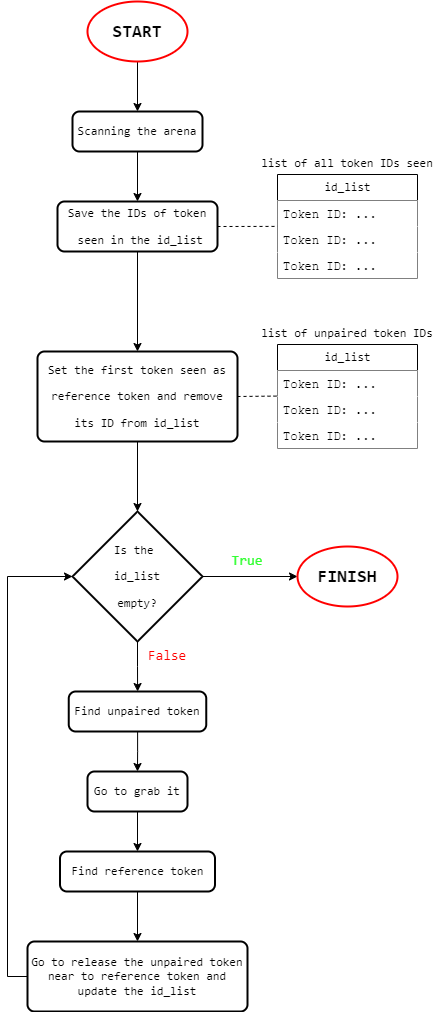
This is flowchart.png from alessandrotrovatello/RT1_assignment1, a draw.io export, as it was before one commit. Source tidied: cells renumbered, new cells last; positions are measured from the earlier drawing's top-left corner, leaving out a move shared by most shapes.
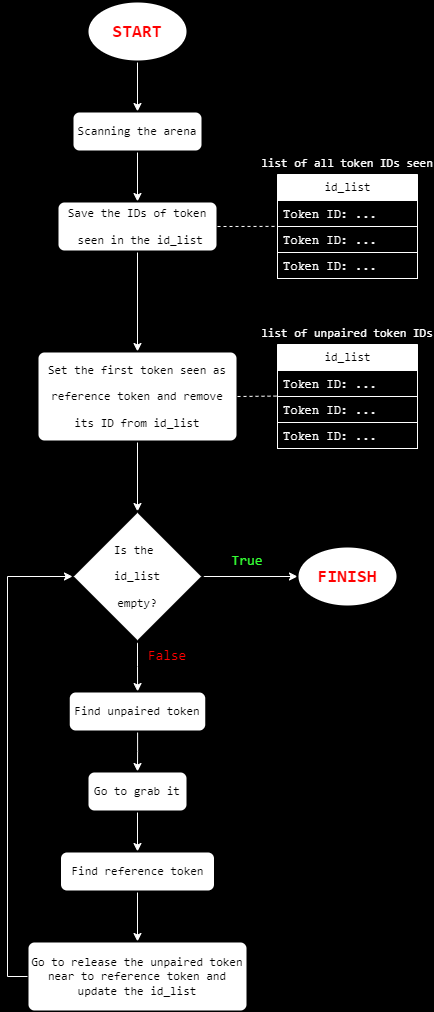
After the commit.

Change to the diagram source:
```diff
@@ -1,110 +1,110 @@
-<mxGraphModel>
+<mxGraphModel background="#000000">
   <root>
     <mxCell id="0" />
     <mxCell id="1" parent="0" />
-    <mxCell id="2" style="edgeStyle=orthogonalEdgeStyle;rounded=0;jettySize=auto;html=1;" parent="1" edge="1" source="3" target="5">
+    <mxCell id="2" style="edgeStyle=orthogonalEdgeStyle;rounded=0;jettySize=auto;html=1;labelBackgroundColor=none;fontColor=default;strokeColor=#FFFFFF;" parent="1" edge="1" source="3" target="5">
       <mxGeometry relative="1" as="geometry" />
     </mxCell>
-    <mxCell id="3" value="&lt;pre&gt;&lt;b&gt;&lt;font style=&quot;font-size: 18px;&quot;&gt;START&lt;/font&gt;&lt;/b&gt;&lt;/pre&gt;" style="strokeWidth=2;html=1;shape=mxgraph.flowchart.start_1;whiteSpace=wrap;strokeColor=#FF0000;" parent="1" vertex="1">
+    <mxCell id="3" value="&lt;pre&gt;&lt;b&gt;&lt;font color=&quot;#ff0000&quot; style=&quot;font-size: 18px;&quot;&gt;START&lt;/font&gt;&lt;/b&gt;&lt;/pre&gt;" style="strokeWidth=2;html=1;shape=mxgraph.flowchart.start_1;whiteSpace=wrap;labelBackgroundColor=none;rounded=0;" parent="1" vertex="1">
       <mxGeometry x="60" width="100" height="60" as="geometry" />
     </mxCell>
-    <mxCell id="4" style="edgeStyle=orthogonalEdgeStyle;rounded=0;jettySize=auto;html=1;" parent="1" edge="1" source="5" target="7">
+    <mxCell id="4" style="edgeStyle=orthogonalEdgeStyle;rounded=0;jettySize=auto;html=1;labelBackgroundColor=none;fontColor=default;strokeColor=#FFFFFF;" parent="1" edge="1" source="5" target="7">
       <mxGeometry relative="1" as="geometry" />
     </mxCell>
-    <mxCell id="5" value="&lt;pre&gt;Scanning the arena&lt;/pre&gt;" style="rounded=1;whiteSpace=wrap;html=1;absoluteArcSize=1;arcSize=14;strokeWidth=2;" parent="1" vertex="1">
+    <mxCell id="5" value="&lt;pre&gt;Scanning the arena&lt;/pre&gt;" style="rounded=1;whiteSpace=wrap;html=1;absoluteArcSize=1;arcSize=14;strokeWidth=2;labelBackgroundColor=none;" parent="1" vertex="1">
       <mxGeometry x="45" y="110" width="130" height="40" as="geometry" />
     </mxCell>
-    <mxCell id="6" style="edgeStyle=orthogonalEdgeStyle;rounded=0;jettySize=auto;html=1;entryX=0.5;entryY=0;entryDx=0;entryDy=0;" parent="1" edge="1" source="7" target="15">
+    <mxCell id="6" style="edgeStyle=orthogonalEdgeStyle;rounded=0;jettySize=auto;html=1;entryX=0.5;entryY=0;entryDx=0;entryDy=0;labelBackgroundColor=none;fontColor=default;strokeColor=#FFFFFF;" parent="1" edge="1" source="7" target="15">
       <mxGeometry relative="1" as="geometry" />
     </mxCell>
-    <mxCell id="7" value="&lt;pre&gt;Save the IDs of token&lt;/pre&gt;&lt;pre&gt; seen in the id_list&lt;/pre&gt;" style="rounded=1;whiteSpace=wrap;html=1;absoluteArcSize=1;arcSize=14;strokeWidth=2;" parent="1" vertex="1">
+    <mxCell id="7" value="&lt;pre&gt;Save the IDs of token&lt;/pre&gt;&lt;pre&gt; seen in the id_list&lt;/pre&gt;" style="rounded=1;whiteSpace=wrap;html=1;absoluteArcSize=1;arcSize=14;strokeWidth=2;labelBackgroundColor=none;gradientColor=none;" parent="1" vertex="1">
       <mxGeometry x="30" y="200" width="160" height="50" as="geometry" />
     </mxCell>
-    <mxCell id="8" value="&lt;pre&gt;id_list&lt;/pre&gt;" style="swimlane;fontStyle=0;horizontal=1;startSize=26;fillColor=default;html=1;" parent="1" vertex="1">
+    <mxCell id="8" value="&lt;pre&gt;&lt;font color=&quot;#000000&quot;&gt;id_list&lt;/font&gt;&lt;/pre&gt;" style="swimlane;fontStyle=0;horizontal=1;startSize=26;html=1;labelBackgroundColor=none;rounded=0;fontColor=#FFFFFF;strokeColor=#FFFFFF;" parent="1" vertex="1">
       <mxGeometry x="250" y="173" width="140" height="104" as="geometry" />
     </mxCell>
-    <mxCell id="9" value="&lt;font face=&quot;Courier New&quot;&gt;Token ID: ...&lt;/font&gt;" style="text;strokeColor=none;fillColor=default;align=left;verticalAlign=top;spacingLeft=4;spacingRight=4;overflow=hidden;whiteSpace=wrap;html=1;" parent="8" vertex="1">
+    <mxCell id="9" value="&lt;font face=&quot;Courier New&quot;&gt;Token ID: ...&lt;/font&gt;" style="text;strokeColor=#FFFFFF;align=left;verticalAlign=top;spacingLeft=4;spacingRight=4;overflow=hidden;whiteSpace=wrap;html=1;labelBackgroundColor=none;rounded=0;fontColor=#FFFFFF;labelBorderColor=none;" parent="8" vertex="1">
       <mxGeometry y="26" width="140" height="26" as="geometry" />
     </mxCell>
-    <mxCell id="10" value="&lt;font face=&quot;Courier New&quot;&gt;Token ID: ...&amp;nbsp;&lt;/font&gt;" style="text;strokeColor=none;fillColor=default;align=left;verticalAlign=top;spacingLeft=4;spacingRight=4;overflow=hidden;points=[[0,0.5],[1,0.5]];portConstraint=eastwest;whiteSpace=wrap;html=1;" parent="8" vertex="1">
+    <mxCell id="10" value="&lt;font face=&quot;Courier New&quot;&gt;Token ID: ...&lt;/font&gt;" style="text;strokeColor=#FFFFFF;align=left;verticalAlign=top;spacingLeft=4;spacingRight=4;overflow=hidden;points=[[0,0.5],[1,0.5]];portConstraint=eastwest;whiteSpace=wrap;html=1;labelBackgroundColor=none;rounded=0;fontColor=#FFFFFF;labelBorderColor=none;" parent="8" vertex="1">
       <mxGeometry y="52" width="140" height="26" as="geometry" />
     </mxCell>
-    <mxCell id="11" value="&lt;font face=&quot;Courier New&quot;&gt;Token ID: ...&lt;/font&gt;" style="text;strokeColor=none;fillColor=default;align=left;verticalAlign=top;spacingLeft=4;spacingRight=4;overflow=hidden;whiteSpace=wrap;html=1;" parent="8" vertex="1">
+    <mxCell id="11" value="&lt;font face=&quot;Courier New&quot;&gt;Token ID: ...&lt;/font&gt;" style="text;strokeColor=#FFFFFF;align=left;verticalAlign=top;spacingLeft=4;spacingRight=4;overflow=hidden;html=1;labelBackgroundColor=none;rounded=0;fontColor=#FFFFFF;labelBorderColor=none;" parent="8" vertex="1">
       <mxGeometry y="78" width="140" height="26" as="geometry" />
     </mxCell>
-    <mxCell id="12" style="endArrow=none;dashed=1;html=1;rounded=0;entryX=0.003;entryY=-0.004;entryDx=0;entryDy=0;entryPerimeter=0;exitX=1;exitY=0.5;exitDx=0;exitDy=0;" parent="1" edge="1" source="7" target="10">
+    <mxCell id="12" style="endArrow=none;dashed=1;html=1;rounded=0;entryX=0.003;entryY=-0.004;entryDx=0;entryDy=0;entryPerimeter=0;exitX=1;exitY=0.5;exitDx=0;exitDy=0;labelBackgroundColor=none;fontColor=default;strokeColor=#FFFFFF;" parent="1" edge="1" source="7" target="10">
       <mxGeometry relative="1" as="geometry" />
     </mxCell>
-    <mxCell id="13" value="&lt;pre&gt;list of all token IDs seen&lt;/pre&gt;" style="text;strokeColor=none;fillColor=none;align=center;verticalAlign=middle;rounded=0;strokeWidth=1;spacing=0;spacingBottom=0;whiteSpace=wrap;html=1;" parent="1" vertex="1">
+    <mxCell id="13" value="&lt;pre&gt;&lt;font color=&quot;#ffffff&quot;&gt;list of all token IDs seen&lt;/font&gt;&lt;/pre&gt;" style="text;strokeColor=none;fillColor=none;align=center;verticalAlign=middle;rounded=0;strokeWidth=1;spacing=0;spacingBottom=0;whiteSpace=wrap;html=1;labelBackgroundColor=none;" parent="1" vertex="1">
       <mxGeometry x="250" y="150" width="140" height="23" as="geometry" />
     </mxCell>
-    <mxCell id="14" style="edgeStyle=orthogonalEdgeStyle;rounded=0;jettySize=auto;html=1;" parent="1" edge="1" source="15" target="24">
+    <mxCell id="14" style="edgeStyle=orthogonalEdgeStyle;rounded=0;jettySize=auto;html=1;labelBackgroundColor=none;fontColor=default;strokeColor=#FFFFFF;" parent="1" edge="1" source="15" target="24">
       <mxGeometry relative="1" as="geometry" />
     </mxCell>
-    <mxCell id="15" value="&lt;pre&gt;Set the first token seen as&lt;/pre&gt;&lt;pre&gt;reference token and remove&lt;/pre&gt;&lt;pre&gt;its ID from id_list&lt;/pre&gt;" style="rounded=1;whiteSpace=wrap;html=1;absoluteArcSize=1;arcSize=14;strokeWidth=2;" parent="1" vertex="1">
+    <mxCell id="15" value="&lt;pre&gt;Set the first token seen as&lt;/pre&gt;&lt;pre&gt;reference token and remove&lt;/pre&gt;&lt;pre&gt;its ID from id_list&lt;/pre&gt;" style="rounded=1;whiteSpace=wrap;html=1;absoluteArcSize=1;arcSize=14;strokeWidth=2;labelBackgroundColor=none;" parent="1" vertex="1">
       <mxGeometry x="10" y="350" width="200" height="90" as="geometry" />
     </mxCell>
-    <mxCell id="16" value="&lt;pre&gt;id_list&lt;/pre&gt;" style="swimlane;fontStyle=0;horizontal=1;startSize=26;fillColor=#FFFFFF;html=1;" parent="1" vertex="1">
+    <mxCell id="16" value="&lt;pre&gt;id_list&lt;/pre&gt;" style="swimlane;fontStyle=0;horizontal=1;startSize=26;html=1;labelBackgroundColor=none;rounded=0;strokeColor=#FFFFFF;" parent="1" vertex="1">
       <mxGeometry x="250" y="343" width="140" height="104" as="geometry" />
     </mxCell>
-    <mxCell id="17" value="&lt;font face=&quot;Courier New&quot;&gt;Token ID: ...&lt;/font&gt;" style="text;strokeColor=none;fillColor=default;align=left;verticalAlign=top;spacingLeft=4;spacingRight=4;overflow=hidden;whiteSpace=wrap;html=1;" parent="16" vertex="1">
+    <mxCell id="17" value="&lt;font color=&quot;#ffffff&quot; face=&quot;Courier New&quot;&gt;Token ID: ...&lt;/font&gt;" style="text;strokeColor=#FFFFFF;align=left;verticalAlign=top;spacingLeft=4;spacingRight=4;overflow=hidden;whiteSpace=wrap;html=1;labelBackgroundColor=none;rounded=0;fillColor=none;" parent="16" vertex="1">
       <mxGeometry y="26" width="140" height="26" as="geometry" />
     </mxCell>
-    <mxCell id="18" value="&lt;font face=&quot;Courier New&quot;&gt;Token ID: ...&lt;/font&gt;" style="text;strokeColor=none;fillColor=default;align=left;verticalAlign=top;spacingLeft=4;spacingRight=4;overflow=hidden;whiteSpace=wrap;html=1;" parent="16" vertex="1">
+    <mxCell id="18" value="&lt;font color=&quot;#ffffff&quot; face=&quot;Courier New&quot;&gt;Token ID: ...&lt;/font&gt;" style="text;strokeColor=#FFFFFF;align=left;verticalAlign=top;spacingLeft=4;spacingRight=4;overflow=hidden;whiteSpace=wrap;html=1;labelBackgroundColor=none;rounded=0;fillColor=none;" parent="16" vertex="1">
       <mxGeometry y="52" width="140" height="26" as="geometry" />
     </mxCell>
-    <mxCell id="19" value="&lt;font face=&quot;Courier New&quot;&gt;Token ID: ...&lt;/font&gt;" style="text;strokeColor=none;fillColor=default;align=left;verticalAlign=top;spacingLeft=4;spacingRight=4;overflow=hidden;whiteSpace=wrap;html=1;" parent="16" vertex="1">
+    <mxCell id="19" value="&lt;font color=&quot;#ffffff&quot; face=&quot;Courier New&quot;&gt;Token ID: ...&lt;/font&gt;" style="text;strokeColor=#FFFFFF;align=left;verticalAlign=top;spacingLeft=4;spacingRight=4;overflow=hidden;whiteSpace=wrap;html=1;labelBackgroundColor=none;rounded=0;fillColor=none;" parent="16" vertex="1">
       <mxGeometry y="78" width="140" height="26" as="geometry" />
     </mxCell>
-    <mxCell id="20" value="&lt;pre&gt;list of unpaired token IDs&lt;/pre&gt;" style="text;strokeColor=none;fillColor=none;align=center;verticalAlign=middle;rounded=0;strokeWidth=1;spacing=0;spacingBottom=0;whiteSpace=wrap;html=1;" parent="1" vertex="1">
+    <mxCell id="20" value="&lt;pre&gt;&lt;font color=&quot;#ffffff&quot;&gt;list of unpaired token IDs&lt;/font&gt;&lt;/pre&gt;" style="text;strokeColor=none;fillColor=none;align=center;verticalAlign=middle;rounded=0;strokeWidth=1;spacing=0;spacingBottom=0;whiteSpace=wrap;html=1;labelBackgroundColor=none;" parent="1" vertex="1">
       <mxGeometry x="250" y="320" width="140" height="23" as="geometry" />
     </mxCell>
-    <mxCell id="21" style="endArrow=none;dashed=1;html=1;rounded=0;entryX=0.003;entryY=-0.004;entryDx=0;entryDy=0;entryPerimeter=0;" parent="1" edge="1">
+    <mxCell id="21" style="endArrow=none;dashed=1;html=1;rounded=0;entryX=0.003;entryY=-0.004;entryDx=0;entryDy=0;entryPerimeter=0;labelBackgroundColor=none;fontColor=default;strokeColor=#FFFFFF;" parent="1" edge="1">
       <mxGeometry relative="1" as="geometry">
         <mxPoint x="210" y="395" as="sourcePoint" />
         <mxPoint x="250" y="394.6" as="targetPoint" />
       </mxGeometry>
     </mxCell>
-    <mxCell id="22" style="edgeStyle=orthogonalEdgeStyle;rounded=0;jettySize=auto;html=1;" parent="1" edge="1" source="24" target="25">
+    <mxCell id="22" style="edgeStyle=orthogonalEdgeStyle;rounded=0;jettySize=auto;html=1;labelBackgroundColor=none;fontColor=default;strokeColor=#FFFFFF;" parent="1" edge="1" source="24" target="25">
       <mxGeometry relative="1" as="geometry" />
     </mxCell>
-    <mxCell id="23" style="edgeStyle=orthogonalEdgeStyle;rounded=0;jettySize=auto;html=1;" parent="1" edge="1" source="24" target="28">
+    <mxCell id="23" style="edgeStyle=orthogonalEdgeStyle;rounded=0;jettySize=auto;html=1;labelBackgroundColor=none;fontColor=default;strokeColor=#FFFFFF;" parent="1" edge="1" source="24" target="28">
       <mxGeometry relative="1" as="geometry" />
     </mxCell>
-    <mxCell id="24" value="&lt;pre&gt;Is the &lt;/pre&gt;&lt;pre&gt;id_list&lt;/pre&gt;&lt;pre&gt;empty?&lt;/pre&gt;" style="strokeWidth=2;html=1;shape=mxgraph.flowchart.decision;whiteSpace=wrap;" parent="1" vertex="1">
+    <mxCell id="24" value="&lt;pre&gt;Is the &lt;/pre&gt;&lt;pre&gt;id_list&lt;/pre&gt;&lt;pre&gt;empty?&lt;/pre&gt;" style="strokeWidth=2;html=1;shape=mxgraph.flowchart.decision;whiteSpace=wrap;labelBackgroundColor=none;rounded=0;" parent="1" vertex="1">
       <mxGeometry x="45" y="510" width="130" height="130" as="geometry" />
     </mxCell>
-    <mxCell id="25" value="&lt;pre style=&quot;border-color: var(--border-color);&quot;&gt;&lt;b&gt;&lt;font style=&quot;font-size: 18px;&quot;&gt;FINISH&lt;/font&gt;&lt;/b&gt;&lt;/pre&gt;" style="strokeWidth=2;html=1;shape=mxgraph.flowchart.start_1;whiteSpace=wrap;strokeColor=#FF0000;" parent="1" vertex="1">
+    <mxCell id="25" value="&lt;pre style=&quot;border-color: var(--border-color);&quot;&gt;&lt;b&gt;&lt;font color=&quot;#ff0000&quot; style=&quot;font-size: 18px;&quot;&gt;FINISH&lt;/font&gt;&lt;/b&gt;&lt;/pre&gt;" style="strokeWidth=2;html=1;shape=mxgraph.flowchart.start_1;whiteSpace=wrap;labelBackgroundColor=none;rounded=0;" parent="1" vertex="1">
       <mxGeometry x="270" y="545" width="100" height="60" as="geometry" />
     </mxCell>
-    <mxCell id="26" value="&lt;pre&gt;&lt;font style=&quot;font-size: 14px;&quot; color=&quot;#33ff33&quot;&gt;True&lt;/font&gt;&lt;/pre&gt;" style="text;html=1;strokeColor=none;fillColor=none;align=center;verticalAlign=middle;whiteSpace=wrap;rounded=0;" parent="1" vertex="1">
+    <mxCell id="26" value="&lt;pre&gt;&lt;font style=&quot;font-size: 14px;&quot; color=&quot;#33ff33&quot;&gt;True&lt;/font&gt;&lt;/pre&gt;" style="text;html=1;strokeColor=none;fillColor=none;align=center;verticalAlign=middle;whiteSpace=wrap;rounded=0;labelBackgroundColor=none;" parent="1" vertex="1">
       <mxGeometry x="190" y="545" width="60" height="30" as="geometry" />
     </mxCell>
-    <mxCell id="27" style="edgeStyle=orthogonalEdgeStyle;rounded=0;jettySize=auto;html=1;" parent="1" edge="1" source="28" target="30">
+    <mxCell id="27" style="edgeStyle=orthogonalEdgeStyle;rounded=0;jettySize=auto;html=1;labelBackgroundColor=none;fontColor=default;strokeColor=#FFFFFF;" parent="1" edge="1" source="28" target="30">
       <mxGeometry relative="1" as="geometry" />
     </mxCell>
-    <mxCell id="28" value="&lt;pre&gt;Find unpaired token&lt;/pre&gt;" style="rounded=1;whiteSpace=wrap;html=1;absoluteArcSize=1;arcSize=14;strokeWidth=2;" parent="1" vertex="1">
+    <mxCell id="28" value="&lt;pre&gt;Find unpaired token&lt;/pre&gt;" style="rounded=1;whiteSpace=wrap;html=1;absoluteArcSize=1;arcSize=14;strokeWidth=2;labelBackgroundColor=none;" parent="1" vertex="1">
       <mxGeometry x="41.2" y="690" width="137.5" height="40" as="geometry" />
     </mxCell>
-    <mxCell id="29" style="edgeStyle=orthogonalEdgeStyle;rounded=0;jettySize=auto;html=1;" parent="1" edge="1" source="30" target="32">
+    <mxCell id="29" style="edgeStyle=orthogonalEdgeStyle;rounded=0;jettySize=auto;html=1;labelBackgroundColor=none;fontColor=default;strokeColor=#FFFFFF;" parent="1" edge="1" source="30" target="32">
       <mxGeometry relative="1" as="geometry" />
     </mxCell>
-    <mxCell id="30" value="&lt;pre&gt;Go to grab it&lt;/pre&gt;" style="rounded=1;whiteSpace=wrap;html=1;absoluteArcSize=1;arcSize=14;strokeWidth=2;" parent="1" vertex="1">
+    <mxCell id="30" value="&lt;pre&gt;Go to grab it&lt;/pre&gt;" style="rounded=1;whiteSpace=wrap;html=1;absoluteArcSize=1;arcSize=14;strokeWidth=2;labelBackgroundColor=none;" parent="1" vertex="1">
       <mxGeometry x="60" y="770" width="100" height="40" as="geometry" />
     </mxCell>
-    <mxCell id="31" style="edgeStyle=orthogonalEdgeStyle;rounded=0;jettySize=auto;html=1;" parent="1" edge="1" source="32" target="33">
+    <mxCell id="31" style="edgeStyle=orthogonalEdgeStyle;rounded=0;jettySize=auto;html=1;labelBackgroundColor=none;fontColor=default;strokeColor=#FFFFFF;" parent="1" edge="1" source="32" target="33">
       <mxGeometry relative="1" as="geometry" />
     </mxCell>
-    <mxCell id="32" value="&lt;pre&gt;Find reference token&lt;/pre&gt;" style="rounded=1;whiteSpace=wrap;html=1;absoluteArcSize=1;arcSize=14;strokeWidth=2;" parent="1" vertex="1">
+    <mxCell id="32" value="&lt;pre&gt;Find reference token&lt;/pre&gt;" style="rounded=1;whiteSpace=wrap;html=1;absoluteArcSize=1;arcSize=14;strokeWidth=2;labelBackgroundColor=none;" parent="1" vertex="1">
       <mxGeometry x="32.5" y="850" width="155" height="40" as="geometry" />
     </mxCell>
-    <mxCell id="33" value="&lt;pre&gt;Go to release the unpaired token&lt;br&gt;near to reference token and&lt;br&gt;update the id_list&lt;/pre&gt;" style="rounded=1;whiteSpace=wrap;html=1;absoluteArcSize=1;arcSize=14;strokeWidth=2;" parent="1" vertex="1">
+    <mxCell id="33" value="&lt;pre&gt;Go to release the unpaired token&lt;br&gt;near to reference token and&lt;br&gt;update the id_list&lt;/pre&gt;" style="rounded=1;whiteSpace=wrap;html=1;absoluteArcSize=1;arcSize=14;strokeWidth=2;labelBackgroundColor=none;" parent="1" vertex="1">
       <mxGeometry y="940" width="220" height="70" as="geometry" />
     </mxCell>
-    <mxCell id="34" style="edgeStyle=orthogonalEdgeStyle;rounded=0;jettySize=auto;html=1;exitX=0;exitY=0.5;exitDx=0;exitDy=0;entryX=0;entryY=0.5;entryDx=0;entryDy=0;entryPerimeter=0;" parent="1" edge="1" source="33" target="24">
+    <mxCell id="34" style="edgeStyle=orthogonalEdgeStyle;rounded=0;jettySize=auto;html=1;exitX=0;exitY=0.5;exitDx=0;exitDy=0;entryX=0;entryY=0.5;entryDx=0;entryDy=0;entryPerimeter=0;labelBackgroundColor=none;fontColor=default;strokeColor=#FFFFFF;" parent="1" edge="1" source="33" target="24">
       <mxGeometry relative="1" as="geometry" />
     </mxCell>
-    <mxCell id="35" value="&lt;pre&gt;&lt;span style=&quot;font-size: 14px;&quot;&gt;&lt;font color=&quot;#ff0000&quot;&gt;False&lt;/font&gt;&lt;/span&gt;&lt;/pre&gt;" style="text;html=1;align=center;verticalAlign=middle;whiteSpace=wrap;rounded=0;fillColor=none;" parent="1" vertex="1">
+    <mxCell id="35" value="&lt;pre&gt;&lt;span style=&quot;font-size: 14px;&quot;&gt;&lt;font color=&quot;#ff0000&quot;&gt;False&lt;/font&gt;&lt;/span&gt;&lt;/pre&gt;" style="text;html=1;align=center;verticalAlign=middle;whiteSpace=wrap;rounded=0;fillColor=none;labelBackgroundColor=none;" parent="1" vertex="1">
       <mxGeometry x="110" y="640" width="60" height="30" as="geometry" />
     </mxCell>
   </root>
```
